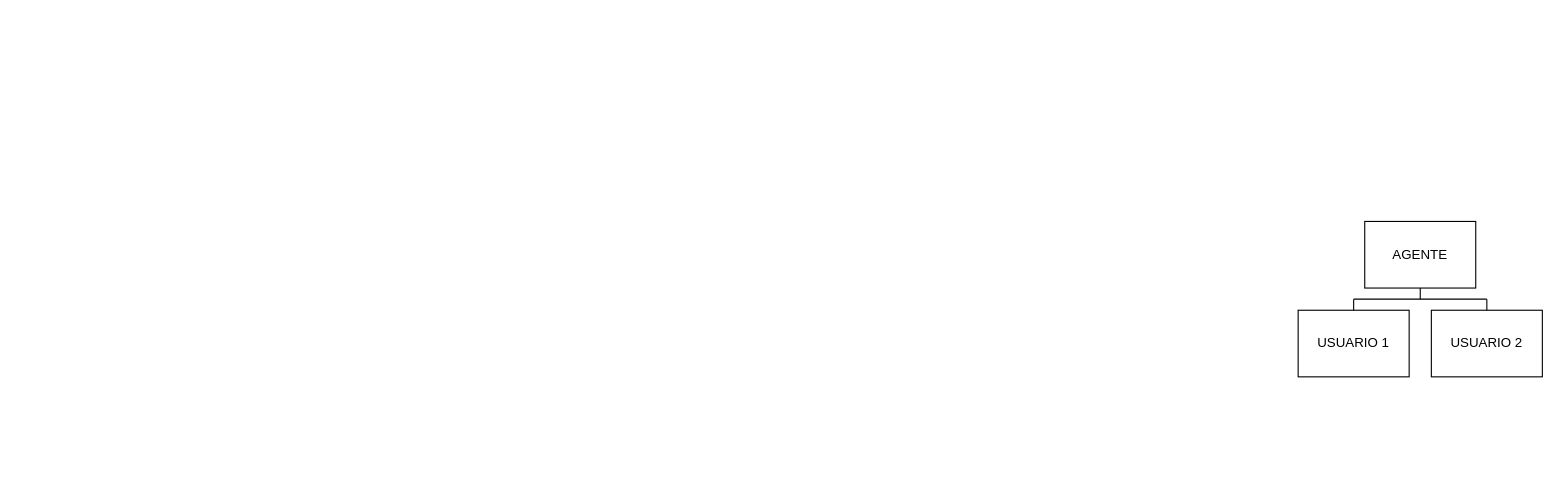
Earlier version of the draw.io diagram material util/jerarquia_perfiles.drawio (golmenero/tfg_inmobiliaria). Source tidied: cells renumbered, new cells numbered last; positions are measured from the earlier drawing's top-left corner, leaving out a move shared by most shapes. Both pictures are drawn from the tidied source at 111%, with x=0, y=0 at pixel (1298, 221).
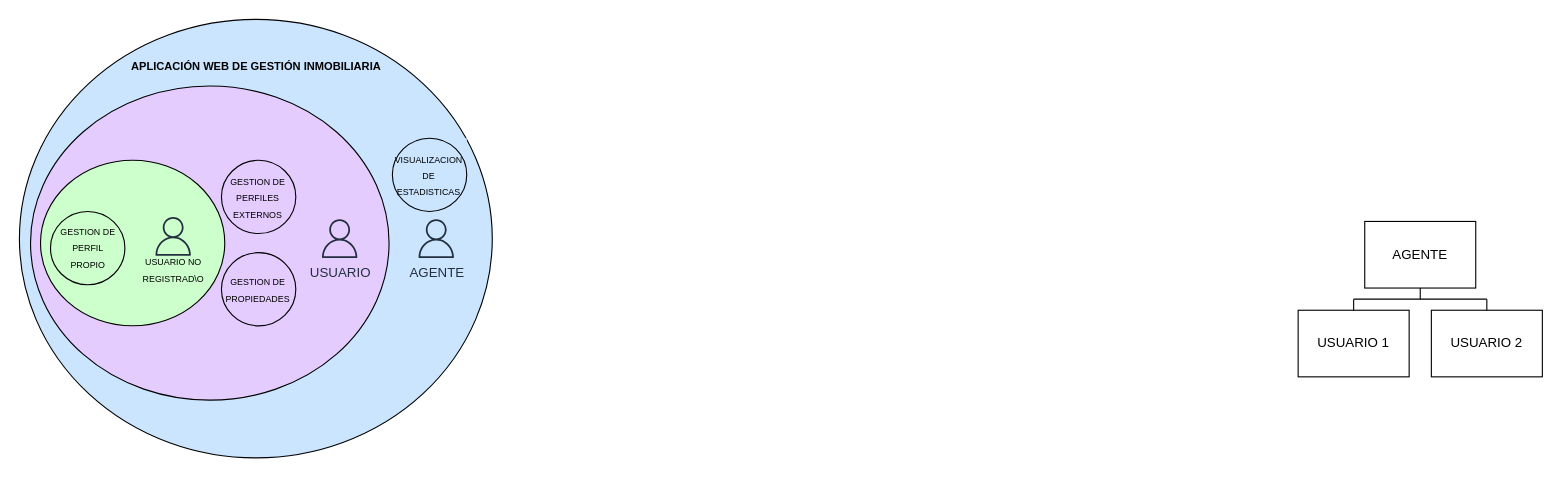
After the change.

Diff of the diagram source:
```diff
@@
+    <mxCell id="9" style="group;" parent="1" vertex="1">
+      <mxGeometry x="-1152" y="-182" width="426" height="395" as="geometry" />
+    </mxCell>
+    <mxCell id="10" style="ellipse;whiteSpace=wrap;html=1;fillColor=#CCE5FF;" parent="9" vertex="1">
+      <mxGeometry width="426" height="395" as="geometry" />
+    </mxCell>
+    <mxCell id="11" value="&lt;font style=&quot;font-size: 10px&quot;&gt;&lt;b&gt;APLICACIÓN WEB DE GESTIÓN INMOBILIARIA&lt;/b&gt;&lt;/font&gt;" style="text;html=1;strokeColor=none;fillColor=none;align=center;verticalAlign=middle;whiteSpace=wrap;rounded=0;" parent="9" vertex="1">
+      <mxGeometry x="81.5" y="23" width="263" height="37" as="geometry" />
+    </mxCell>
+    <mxCell id="12" style="ellipse;whiteSpace=wrap;html=1;fillColor=#E5CCFF;shadow=0;" parent="9" vertex="1">
+      <mxGeometry x="10" y="60" width="323" height="283" as="geometry" />
+    </mxCell>
+    <mxCell id="13" style="ellipse;whiteSpace=wrap;html=1;fillColor=#CCFFCC;" parent="9" vertex="1">
+      <mxGeometry x="19" y="126.9" width="166" height="149.1" as="geometry" />
+    </mxCell>
+    <mxCell id="14" value="AGENTE" style="fontColor=#232F3E;gradientColor=none;fillColor=#232F3E;strokeColor=none;dashed=0;verticalLabelPosition=bottom;verticalAlign=top;align=center;html=1;fontSize=12;fontStyle=0;shape=mxgraph.aws4.user;shadow=0;" parent="9" vertex="1">
+      <mxGeometry x="358" y="180" width="35" height="35" as="geometry" />
+    </mxCell>
+    <mxCell id="15" style="group;" parent="9" vertex="1">
+      <mxGeometry x="182" y="126.9" width="67" height="66" as="geometry" />
+    </mxCell>
+    <mxCell id="16" style="ellipse;whiteSpace=wrap;html=1;fillColor=#E5CCFF;" parent="15" vertex="1">
+      <mxGeometry width="67" height="66" as="geometry" />
+    </mxCell>
+    <mxCell id="17" value="&lt;font style=&quot;font-size: 8px&quot;&gt;GESTION DE&lt;br&gt;PERFILES &lt;br&gt;EXTERNOS&lt;/font&gt;" style="text;html=1;strokeColor=none;fillColor=none;align=center;verticalAlign=middle;whiteSpace=wrap;rounded=0;" parent="15" vertex="1">
+      <mxGeometry x="4.4" y="23" width="58.2" height="20" as="geometry" />
+    </mxCell>
+    <mxCell id="18" style="group;" parent="9" vertex="1">
+      <mxGeometry x="182" y="210.1" width="67" height="66" as="geometry" />
+    </mxCell>
+    <mxCell id="19" style="ellipse;whiteSpace=wrap;html=1;fillColor=#E5CCFF;" parent="18" vertex="1">
+      <mxGeometry width="67" height="66" as="geometry" />
+    </mxCell>
+    <mxCell id="20" value="&lt;span style=&quot;font-size: 8px&quot;&gt;GESTION DE PROPIEDADES&lt;/span&gt;" style="text;html=1;strokeColor=none;fillColor=none;align=center;verticalAlign=middle;whiteSpace=wrap;rounded=0;" parent="18" vertex="1">
+      <mxGeometry x="4.4" y="23" width="58.2" height="20" as="geometry" />
+    </mxCell>
+    <mxCell id="21" value="USUARIO" style="fontColor=#232F3E;gradientColor=none;fillColor=#232F3E;strokeColor=none;dashed=0;verticalLabelPosition=bottom;verticalAlign=top;align=center;html=1;fontSize=12;fontStyle=0;shape=mxgraph.aws4.user;shadow=0;" parent="9" vertex="1">
+      <mxGeometry x="271" y="180" width="35" height="35" as="geometry" />
+    </mxCell>
+    <mxCell id="22" value="&lt;font style=&quot;font-size: 8px&quot;&gt;USUARIO NO &lt;br&gt;REGISTRAD\O&lt;/font&gt;" style="text;html=1;strokeColor=none;fillColor=none;align=center;verticalAlign=middle;whiteSpace=wrap;rounded=0;" parent="9" vertex="1">
+      <mxGeometry x="81.5" y="215" width="114" height="20" as="geometry" />
+    </mxCell>
+    <mxCell id="23" style="group;" parent="9" vertex="1">
+      <mxGeometry x="81.5" y="178" width="114" height="47" as="geometry" />
+    </mxCell>
+    <mxCell id="24" style="fontColor=#232F3E;gradientColor=none;fillColor=#232F3E;strokeColor=none;dashed=0;verticalLabelPosition=bottom;verticalAlign=top;align=center;html=1;fontSize=12;fontStyle=0;shape=mxgraph.aws4.user;shadow=0;" parent="23" vertex="1">
+      <mxGeometry x="39.5" width="35" height="35" as="geometry" />
+    </mxCell>
+    <mxCell id="25" style="group;" parent="9" vertex="1">
+      <mxGeometry x="28" y="173" width="67" height="66" as="geometry" />
+    </mxCell>
+    <mxCell id="26" style="ellipse;whiteSpace=wrap;html=1;fillColor=#CCFFCC;" parent="25" vertex="1">
+      <mxGeometry width="67" height="66" as="geometry" />
+    </mxCell>
+    <mxCell id="27" value="&lt;span style=&quot;font-size: 8px&quot;&gt;G&lt;/span&gt;&lt;font style=&quot;font-size: 8px&quot;&gt;ESTION DE&lt;br&gt;PERFIL&lt;br&gt;PROPIO&lt;/font&gt;" style="text;html=1;strokeColor=none;fillColor=none;align=center;verticalAlign=middle;whiteSpace=wrap;rounded=0;" parent="25" vertex="1">
+      <mxGeometry x="5.5" y="22" width="56" height="20" as="geometry" />
+    </mxCell>
+    <mxCell id="28" style="group;" parent="9" vertex="1">
+      <mxGeometry x="336" y="107" width="67" height="66" as="geometry" />
+    </mxCell>
+    <mxCell id="29" style="group;fillColor=#CCE5FF;" parent="28" vertex="1">
+      <mxGeometry width="67" height="66" as="geometry" />
+    </mxCell>
+    <mxCell id="30" style="ellipse;whiteSpace=wrap;html=1;fillColor=#CCE5FF;" parent="28" vertex="1">
+      <mxGeometry width="67" height="66" as="geometry" />
+    </mxCell>
+    <mxCell id="31" value="&lt;font style=&quot;font-size: 8px&quot;&gt;VISUALIZACION&lt;br&gt;DE&lt;br&gt;ESTADISTICAS&lt;/font&gt;" style="text;html=1;strokeColor=none;fillColor=#CCE5FF;align=center;verticalAlign=middle;whiteSpace=wrap;rounded=0;" parent="28" vertex="1">
+      <mxGeometry x="4.4" y="23" width="58.2" height="20" as="geometry" />
+    </mxCell>
```
